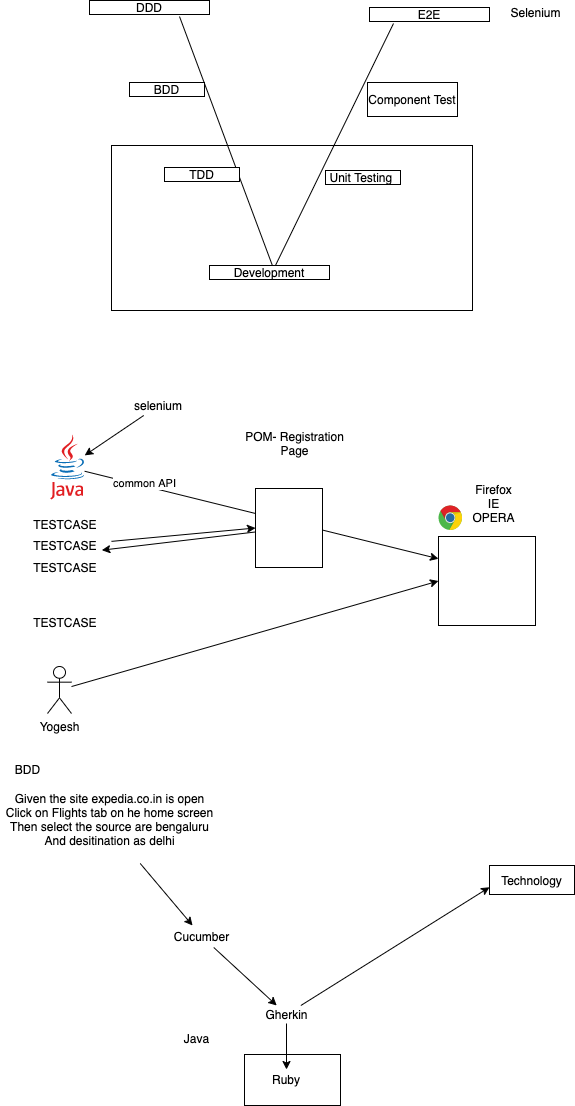
adithnaveen/sapient-freshers-aem-oct-2021 keeps this draw.io diagram as images/day19.drawio.png. Above is the earlier version. Source tidied: cells renumbered, new cells last; positions are measured from the earlier drawing's top-left corner, leaving out a move shared by most shapes.
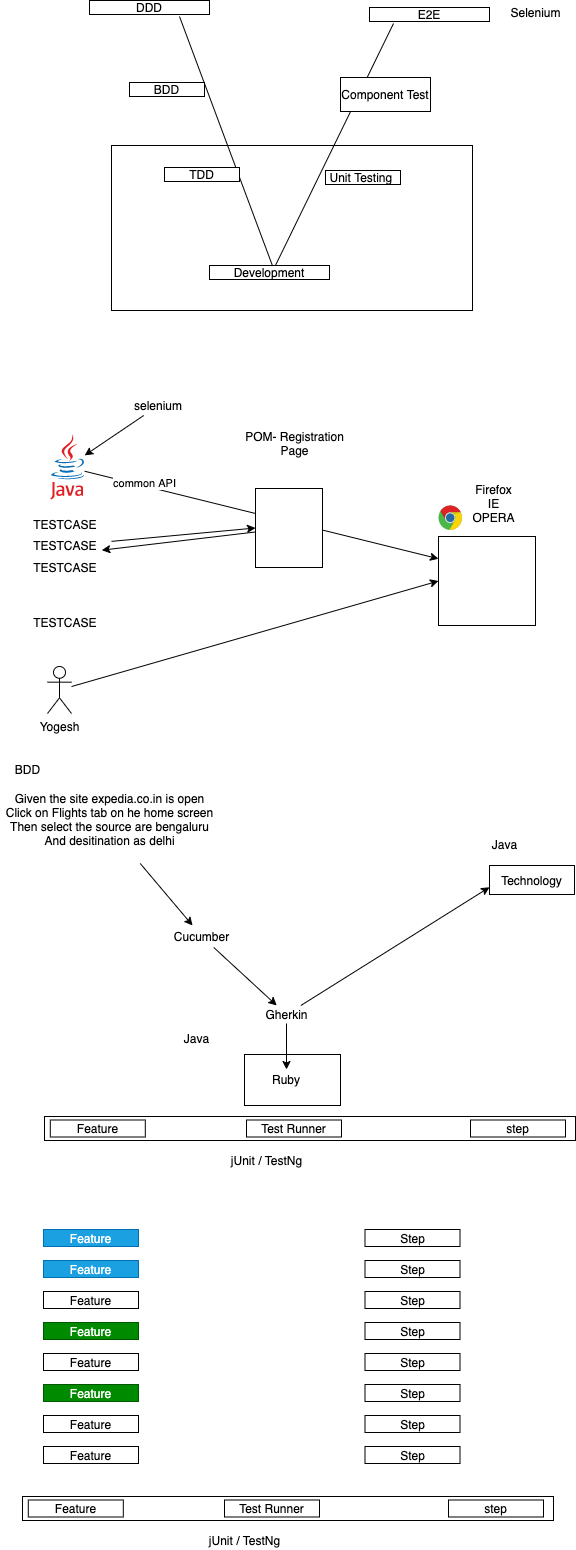
The same diagram one commit later.

Diff of the diagram source:
```diff
@@ -33,7 +33,7 @@
       <mxGeometry x="129" y="82" width="75" height="14" as="geometry" />
     </mxCell>
     <mxCell id="10" value="Component Test" style="rounded=0;whiteSpace=wrap;html=1;" parent="1" vertex="1">
-      <mxGeometry x="367" y="82" width="90" height="34" as="geometry" />
+      <mxGeometry x="340" y="77" width="90" height="34" as="geometry" />
     </mxCell>
     <mxCell id="11" value="TDD" style="rounded=0;whiteSpace=wrap;html=1;" parent="1" vertex="1">
       <mxGeometry x="164" y="167" width="75" height="14" as="geometry" />
@@ -133,5 +133,86 @@
     <mxCell id="42" value="Java" style="text;html=1;align=center;verticalAlign=middle;strokeColor=none;" parent="1" vertex="1">
       <mxGeometry x="178" y="1029" width="35" height="18" as="geometry" />
     </mxCell>
+    <mxCell id="43" value="Java" style="text;html=1;align=center;verticalAlign=middle;strokeColor=none;" parent="1" vertex="1">
+      <mxGeometry x="486" y="835" width="35" height="18" as="geometry" />
+    </mxCell>
+    <mxCell id="44" style="rounded=0;whiteSpace=wrap;html=1;" parent="1" vertex="1">
+      <mxGeometry x="44" y="1116" width="531" height="24" as="geometry" />
+    </mxCell>
+    <mxCell id="45" value="Feature" style="rounded=0;whiteSpace=wrap;html=1;" parent="1" vertex="1">
+      <mxGeometry x="49.8" y="1119.5" width="95" height="17" as="geometry" />
+    </mxCell>
+    <mxCell id="46" value="Test Runner" style="rounded=0;whiteSpace=wrap;html=1;" parent="1" vertex="1">
+      <mxGeometry x="246" y="1119.5" width="95" height="17" as="geometry" />
+    </mxCell>
+    <mxCell id="47" value="step" style="rounded=0;whiteSpace=wrap;html=1;" parent="1" vertex="1">
+      <mxGeometry x="470" y="1119.5" width="95" height="17" as="geometry" />
+    </mxCell>
+    <mxCell id="48" value="jUnit / TestNg" style="text;html=1;align=center;verticalAlign=middle;strokeColor=none;" parent="1" vertex="1">
+      <mxGeometry x="225" y="1151" width="81" height="18" as="geometry" />
+    </mxCell>
+    <mxCell id="49" value="Feature" style="rounded=0;whiteSpace=wrap;html=1;fillColor=#1ba1e2;strokeColor=#006EAF;fontColor=#ffffff;" parent="1" vertex="1">
+      <mxGeometry x="43" y="1229" width="95" height="17" as="geometry" />
+    </mxCell>
+    <mxCell id="50" value="Feature" style="rounded=0;whiteSpace=wrap;html=1;fillColor=#1ba1e2;strokeColor=#006EAF;fontColor=#ffffff;" parent="1" vertex="1">
+      <mxGeometry x="43" y="1260" width="95" height="17" as="geometry" />
+    </mxCell>
+    <mxCell id="51" value="Feature" style="rounded=0;whiteSpace=wrap;html=1;" parent="1" vertex="1">
+      <mxGeometry x="43" y="1291" width="95" height="17" as="geometry" />
+    </mxCell>
+    <mxCell id="52" value="Feature" style="rounded=0;whiteSpace=wrap;html=1;fillColor=#008a00;strokeColor=#005700;fontColor=#ffffff;" parent="1" vertex="1">
+      <mxGeometry x="43" y="1322" width="95" height="17" as="geometry" />
+    </mxCell>
+    <mxCell id="53" value="Feature" style="rounded=0;whiteSpace=wrap;html=1;" parent="1" vertex="1">
+      <mxGeometry x="43" y="1353" width="95" height="17" as="geometry" />
+    </mxCell>
+    <mxCell id="54" value="Feature" style="rounded=0;whiteSpace=wrap;html=1;fillColor=#008a00;strokeColor=#005700;fontColor=#ffffff;" parent="1" vertex="1">
+      <mxGeometry x="43" y="1384" width="95" height="17" as="geometry" />
+    </mxCell>
+    <mxCell id="55" value="Feature" style="rounded=0;whiteSpace=wrap;html=1;" parent="1" vertex="1">
+      <mxGeometry x="43" y="1415" width="95" height="17" as="geometry" />
+    </mxCell>
+    <mxCell id="56" value="Feature" style="rounded=0;whiteSpace=wrap;html=1;" parent="1" vertex="1">
+      <mxGeometry x="43" y="1446" width="95" height="17" as="geometry" />
+    </mxCell>
+    <mxCell id="57" value="Step" style="rounded=0;whiteSpace=wrap;html=1;" parent="1" vertex="1">
+      <mxGeometry x="364.5" y="1229" width="95" height="17" as="geometry" />
+    </mxCell>
+    <mxCell id="58" value="Step" style="rounded=0;whiteSpace=wrap;html=1;" parent="1" vertex="1">
+      <mxGeometry x="364.5" y="1260" width="95" height="17" as="geometry" />
+    </mxCell>
+    <mxCell id="59" value="Step" style="rounded=0;whiteSpace=wrap;html=1;" parent="1" vertex="1">
+      <mxGeometry x="364.5" y="1291" width="95" height="17" as="geometry" />
+    </mxCell>
+    <mxCell id="60" value="Step" style="rounded=0;whiteSpace=wrap;html=1;" parent="1" vertex="1">
+      <mxGeometry x="364.5" y="1322" width="95" height="17" as="geometry" />
+    </mxCell>
+    <mxCell id="61" value="Step" style="rounded=0;whiteSpace=wrap;html=1;" parent="1" vertex="1">
+      <mxGeometry x="364.5" y="1353" width="95" height="17" as="geometry" />
+    </mxCell>
+    <mxCell id="62" value="Step" style="rounded=0;whiteSpace=wrap;html=1;" parent="1" vertex="1">
+      <mxGeometry x="364.5" y="1384" width="95" height="17" as="geometry" />
+    </mxCell>
+    <mxCell id="63" value="Step" style="rounded=0;whiteSpace=wrap;html=1;" parent="1" vertex="1">
+      <mxGeometry x="364.5" y="1415" width="95" height="17" as="geometry" />
+    </mxCell>
+    <mxCell id="64" value="Step" style="rounded=0;whiteSpace=wrap;html=1;" parent="1" vertex="1">
+      <mxGeometry x="364.5" y="1446" width="95" height="17" as="geometry" />
+    </mxCell>
+    <mxCell id="65" style="rounded=0;whiteSpace=wrap;html=1;" parent="1" vertex="1">
+      <mxGeometry x="22" y="1496" width="531" height="24" as="geometry" />
+    </mxCell>
+    <mxCell id="66" value="Feature" style="rounded=0;whiteSpace=wrap;html=1;" parent="1" vertex="1">
+      <mxGeometry x="27.8" y="1499.5" width="95" height="17" as="geometry" />
+    </mxCell>
+    <mxCell id="67" value="Test Runner" style="rounded=0;whiteSpace=wrap;html=1;" parent="1" vertex="1">
+      <mxGeometry x="224" y="1499.5" width="95" height="17" as="geometry" />
+    </mxCell>
+    <mxCell id="68" value="step" style="rounded=0;whiteSpace=wrap;html=1;" parent="1" vertex="1">
+      <mxGeometry x="448" y="1499.5" width="95" height="17" as="geometry" />
+    </mxCell>
+    <mxCell id="69" value="jUnit / TestNg" style="text;html=1;align=center;verticalAlign=middle;strokeColor=none;" parent="1" vertex="1">
+      <mxGeometry x="203" y="1531" width="81" height="18" as="geometry" />
+    </mxCell>
   </root>
 </mxGraphModel>
```
